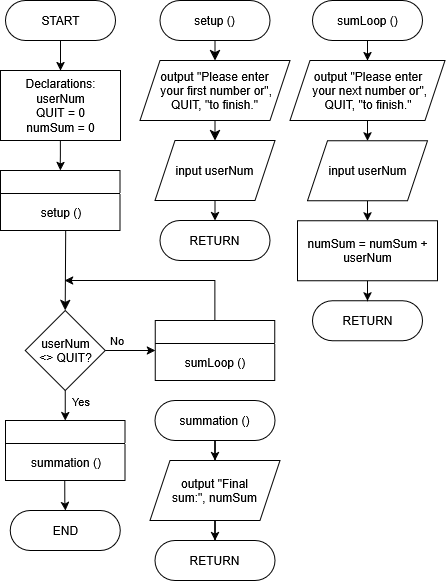
This is Module 7 - Effective Decision Loops - Connor Bowles.drawio.png from CBowles10/SDEV_120_FALL2025_CBOWLES, a draw.io export, as it was before one commit. Source tidied: cells renumbered, new cells last; positions are measured from the earlier drawing's top-left corner, leaving out a move shared by most shapes.
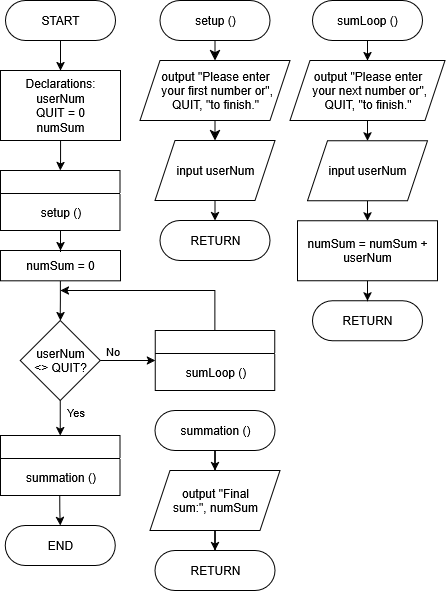
Later version of the same file.

Change to the diagram source:
```diff
@@ -11,28 +11,23 @@
     <mxCell id="4" style="edgeStyle=orthogonalEdgeStyle;rounded=0;jettySize=auto;html=1;entryX=0.5;entryY=0;entryDx=0;entryDy=0;" parent="1" edge="1" source="5" target="10">
       <mxGeometry relative="1" as="geometry" />
     </mxCell>
-    <mxCell id="5" value="Declarations:&lt;div&gt;userNum&lt;br&gt;QUIT = 0&lt;br&gt;numSum = 0&lt;/div&gt;" style="rounded=0;whiteSpace=wrap;html=1;" parent="1" vertex="1">
+    <mxCell id="5" value="Declarations:&lt;div&gt;userNum&lt;br&gt;QUIT = 0&lt;br&gt;numSum&lt;/div&gt;" style="rounded=0;whiteSpace=wrap;html=1;" parent="1" vertex="1">
       <mxGeometry y="70" width="120" height="70" as="geometry" />
     </mxCell>
     <mxCell id="6" style="edgeStyle=orthogonalEdgeStyle;rounded=0;jettySize=auto;html=1;exitX=0.5;exitY=0;exitDx=0;exitDy=0;" parent="1" edge="1" source="7">
       <mxGeometry relative="1" as="geometry">
-        <mxPoint x="64.2" y="280" as="targetPoint" />
+        <mxPoint x="60" y="290" as="targetPoint" />
         <Array as="points">
-          <mxPoint x="214.2" y="280" />
+          <mxPoint x="214.2" y="290" />
         </Array>
       </mxGeometry>
     </mxCell>
     <mxCell id="7" style="swimlane;whiteSpace=wrap;html=1;" parent="1" vertex="1">
-      <mxGeometry x="154.8" y="320" width="119.5" height="60" as="geometry" />
+      <mxGeometry x="154.8" y="330" width="119.5" height="60" as="geometry" />
     </mxCell>
     <mxCell id="8" value="&lt;font style=&quot;font-size: 12px;&quot;&gt;sumLoop ()&lt;/font&gt;" style="text;html=1;align=center;verticalAlign=middle;strokeColor=none;fillColor=none;fontSize=16;" parent="7" vertex="1">
       <mxGeometry x="19.8" y="25" width="80" height="30" as="geometry" />
     </mxCell>
-    <mxCell id="9" style="edgeStyle=none;curved=1;rounded=0;jettySize=auto;html=1;fontSize=12;startSize=8;endSize=8;entryX=0.5;entryY=0;entryDx=0;entryDy=0;" parent="1" edge="1" target="17">
-      <mxGeometry relative="1" as="geometry">
-        <mxPoint x="65.2" y="230" as="sourcePoint" />
-      </mxGeometry>
-    </mxCell>
     <mxCell id="10" style="swimlane;whiteSpace=wrap;html=1;" parent="1" vertex="1">
       <mxGeometry y="170" width="119.5" height="60" as="geometry" />
     </mxCell>
@@ -40,7 +35,7 @@
       <mxGeometry x="29.8" y="25" width="60" height="30" as="geometry" />
     </mxCell>
     <mxCell id="12" value="END" style="rounded=1;whiteSpace=wrap;html=1;arcSize=50;" parent="1" vertex="1">
-      <mxGeometry x="9.8" y="510" width="110" height="40" as="geometry" />
+      <mxGeometry x="4.8" y="525" width="110" height="40" as="geometry" />
     </mxCell>
     <mxCell id="13" style="edgeStyle=orthogonalEdgeStyle;rounded=0;jettySize=auto;html=1;exitX=1;exitY=0.5;exitDx=0;exitDy=0;entryX=0;entryY=0.5;entryDx=0;entryDy=0;" parent="1" edge="1" source="17" target="7">
       <mxGeometry relative="1" as="geometry" />
@@ -59,7 +54,7 @@
       </mxGeometry>
     </mxCell>
     <mxCell id="17" value="userNum&lt;br&gt;&amp;lt;&amp;gt; QUIT?" style="rhombus;whiteSpace=wrap;html=1;" parent="1" vertex="1">
-      <mxGeometry x="24.8" y="310" width="80" height="80" as="geometry" />
+      <mxGeometry x="19.8" y="320" width="80" height="80" as="geometry" />
     </mxCell>
     <mxCell id="18" style="edgeStyle=none;curved=1;rounded=0;jettySize=auto;html=1;exitX=0.5;exitY=1;exitDx=0;exitDy=0;entryX=0.5;entryY=0;entryDx=0;entryDy=0;fontSize=12;startSize=8;endSize=8;" parent="1" edge="1" source="19" target="21">
       <mxGeometry relative="1" as="geometry" />
@@ -118,30 +113,41 @@
       <mxGeometry x="297" y="220.3" width="140" height="60" as="geometry" />
     </mxCell>
     <mxCell id="35" style="swimlane;whiteSpace=wrap;html=1;" parent="1" vertex="1">
-      <mxGeometry x="5" y="420" width="119.5" height="60" as="geometry" />
+      <mxGeometry y="435" width="119.5" height="60" as="geometry" />
     </mxCell>
     <mxCell id="36" value="&lt;font style=&quot;font-size: 12px;&quot;&gt;summation ()&lt;/font&gt;" style="text;html=1;align=center;verticalAlign=middle;strokeColor=none;fillColor=none;fontSize=16;" parent="35" vertex="1">
       <mxGeometry x="14.8" y="25" width="90" height="30" as="geometry" />
     </mxCell>
     <mxCell id="37" style="edgeStyle=orthogonalEdgeStyle;rounded=0;jettySize=auto;html=1;" parent="1" edge="1" target="12">
       <mxGeometry relative="1" as="geometry">
-        <mxPoint x="64.2" y="480" as="sourcePoint" />
+        <mxPoint x="59.2" y="495" as="sourcePoint" />
       </mxGeometry>
     </mxCell>
     <mxCell id="38" style="edgeStyle=orthogonalEdgeStyle;rounded=0;jettySize=auto;html=1;" parent="1" edge="1" source="39" target="41">
       <mxGeometry relative="1" as="geometry" />
     </mxCell>
     <mxCell id="39" value="summation ()" style="rounded=1;whiteSpace=wrap;html=1;arcSize=50;" parent="1" vertex="1">
-      <mxGeometry x="154.5" y="400" width="120" height="40" as="geometry" />
+      <mxGeometry x="154.5" y="410" width="120" height="40" as="geometry" />
     </mxCell>
     <mxCell id="40" style="edgeStyle=orthogonalEdgeStyle;rounded=0;jettySize=auto;html=1;" parent="1" edge="1" source="41" target="42">
       <mxGeometry relative="1" as="geometry" />
     </mxCell>
     <mxCell id="41" value="output &quot;Final&lt;br&gt;sum:&quot;, numSum" style="shape=parallelogram;perimeter=parallelogramPerimeter;whiteSpace=wrap;html=1;fixedSize=1;" parent="1" vertex="1">
-      <mxGeometry x="149.5" y="460" width="130" height="60" as="geometry" />
+      <mxGeometry x="149.5" y="470" width="130" height="60" as="geometry" />
     </mxCell>
     <mxCell id="42" value="RETURN" style="rounded=1;whiteSpace=wrap;html=1;arcSize=50;" parent="1" vertex="1">
-      <mxGeometry x="154.5" y="540" width="120" height="40" as="geometry" />
+      <mxGeometry x="154.5" y="550" width="120" height="40" as="geometry" />
     </mxCell>
+    <mxCell id="43" style="edgeStyle=orthogonalEdgeStyle;rounded=0;jettySize=auto;html=1;" parent="1" edge="1" source="44" target="17">
+      <mxGeometry relative="1" as="geometry" />
+    </mxCell>
+    <mxCell id="44" value="numSum = 0" style="rounded=0;whiteSpace=wrap;html=1;" parent="1" vertex="1">
+      <mxGeometry y="250" width="120" height="30.3" as="geometry" />
+    </mxCell>
+    <mxCell id="45" style="edgeStyle=orthogonalEdgeStyle;rounded=0;jettySize=auto;html=1;" parent="1" edge="1" target="44">
+      <mxGeometry relative="1" as="geometry">
+        <mxPoint x="60" y="230" as="sourcePoint" />
+      </mxGeometry>
+    </mxCell>
   </root>
 </mxGraphModel>
```
